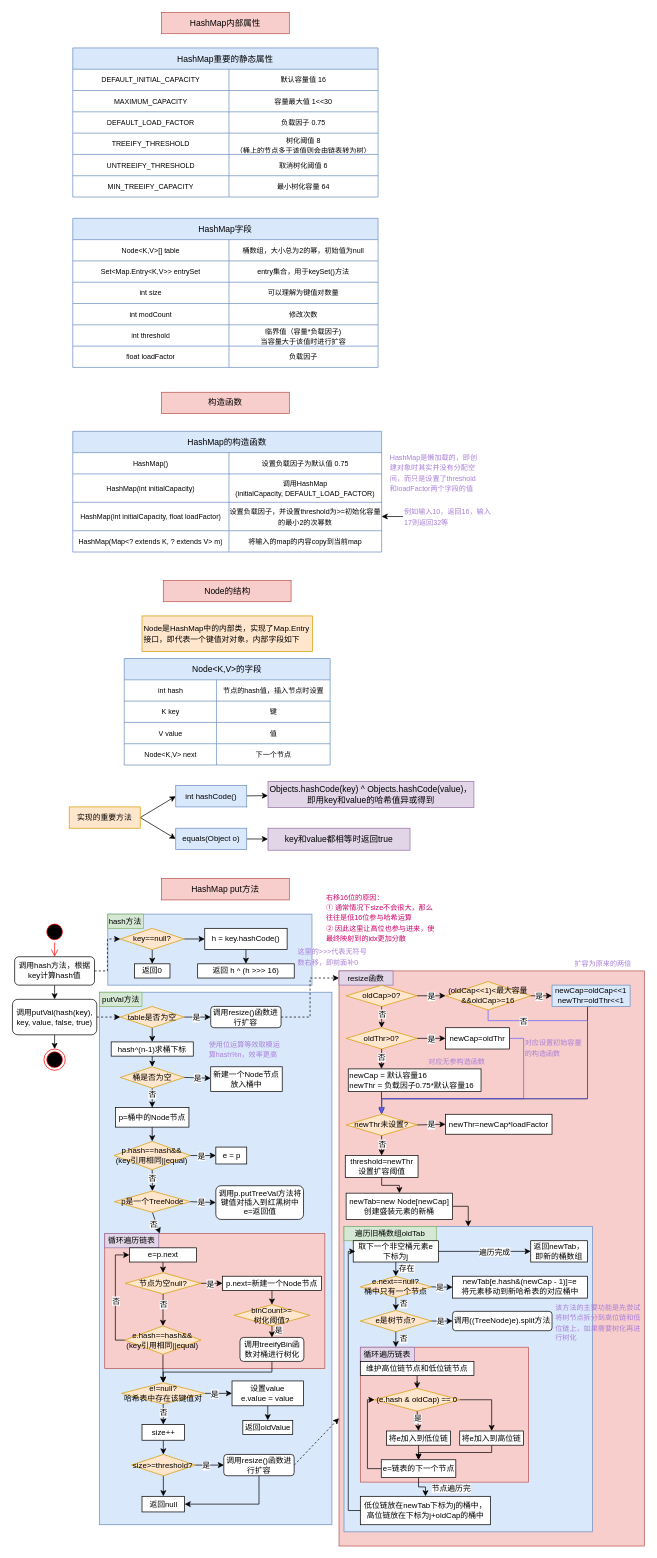
Earlier version of the draw.io diagram 面试/java知识/java容器/HashMap.drawio (codeReaper2001/diagram). Source tidied: cells renumbered, new cells numbered last; positions are measured from the earlier drawing's top-left corner, leaving out a move shared by most shapes. Both pictures are drawn from the tidied source at 71%, with x=0, y=0 at pixel (12, 12).
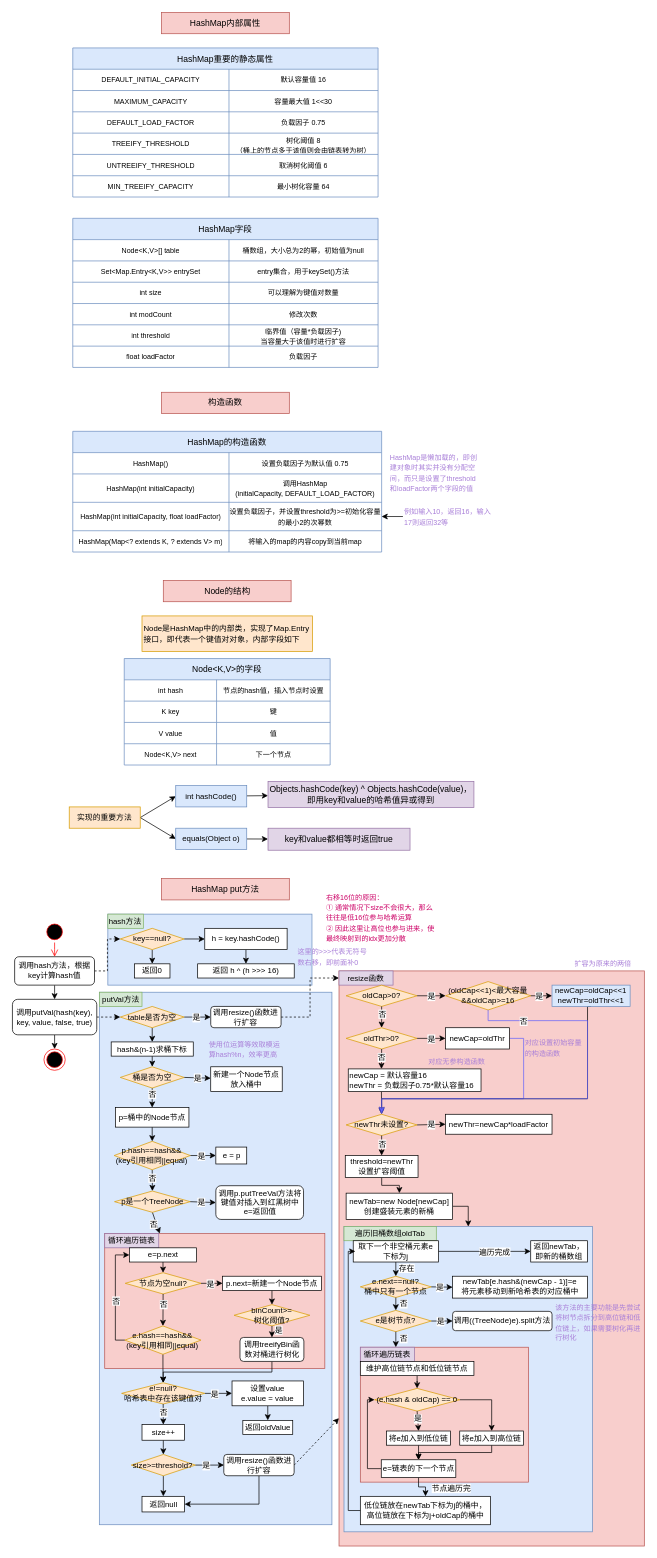
The same page after the edit.

Change to the diagram source:
```diff
@@
-    <mxCell id="116" value="hash^(n-1)求桶下标" style="rounded=0;whiteSpace=wrap;html=1;fontSize=11;fillColor=#FFFFFF;" parent="1" vertex="1">
+    <mxCell id="116" value="hash&amp;amp;(n-1)求桶下标" style="rounded=0;whiteSpace=wrap;html=1;fontSize=11;fillColor=#FFFFFF;" parent="1" vertex="1">
       <mxGeometry x="139.1" y="1450" width="115.6" height="20" as="geometry" />
     </mxCell>
```
